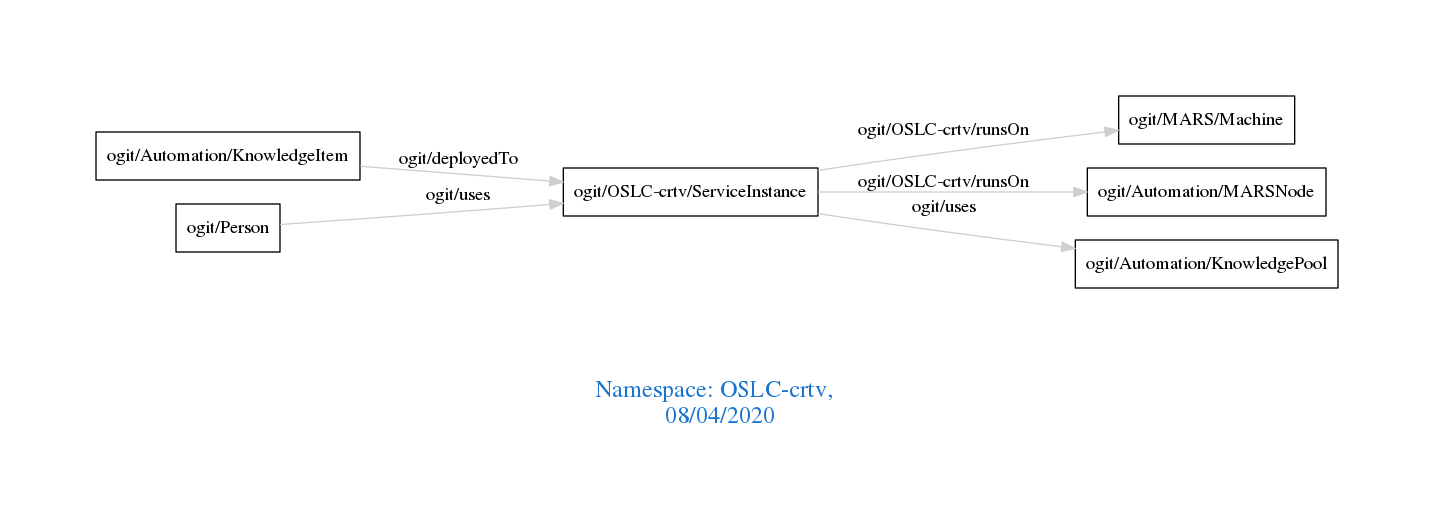
arago/OGIT keeps this Graphviz diagram as downloads/OSLC-crtv.png. Above is the earlier version. Its source is kept beside it as downloads/OSLC-crtv.dot.
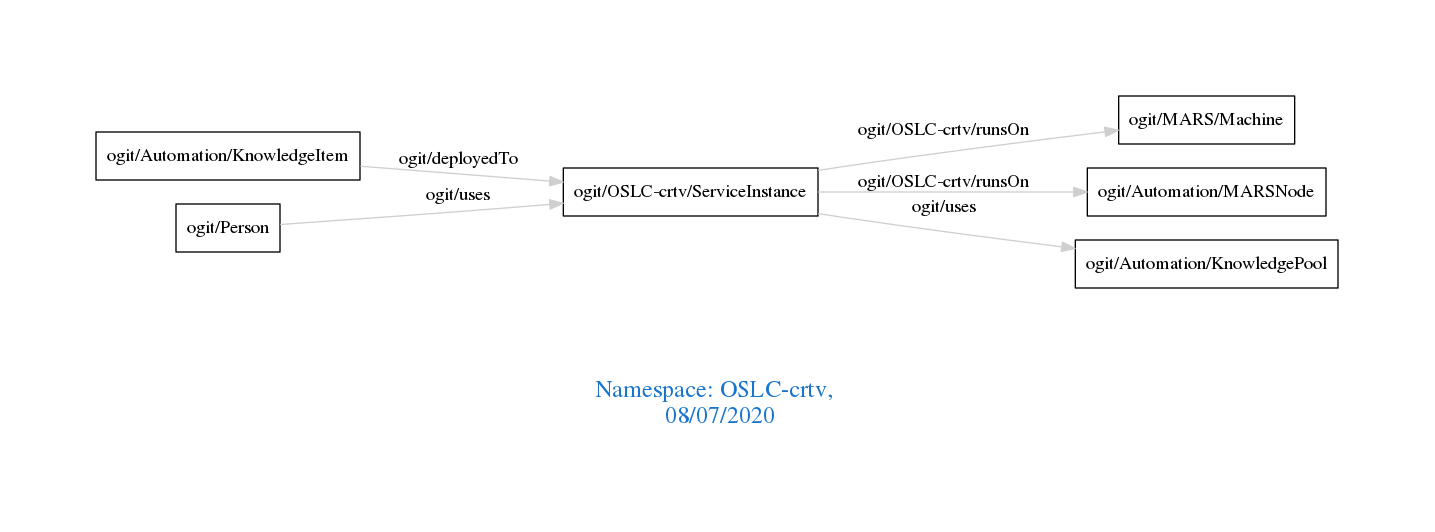
The same file after the commit.

What changed in the source:
```diff
@@ -1,7 +1,7 @@
 digraph OGIT_ontology {
  graph [ rankdir= LR,pad=1
 fontsize = 18,
-fontcolor= dodgerblue3,label = "\n\n\nNamespace: OSLC-crtv, \n 08/04/2020"];
+fontcolor= dodgerblue3,label = "\n\n\nNamespace: OSLC-crtv, \n 08/07/2020"];
 node[shape=polygon];
 edge [  color="gray81"];
 
```
